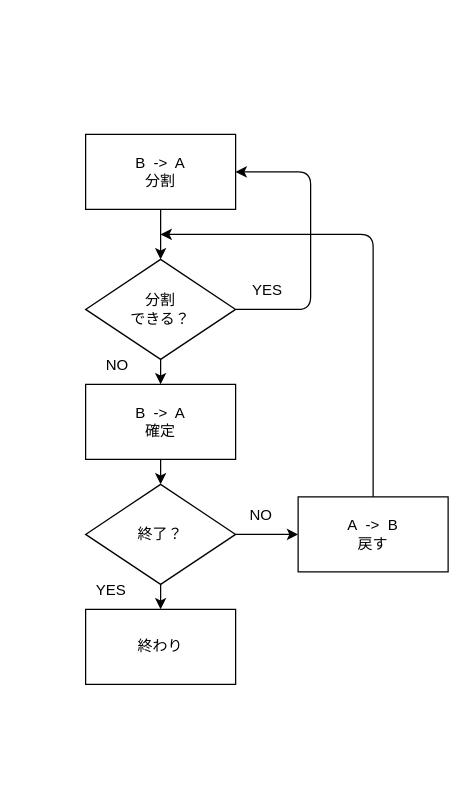
The draw.io diagram page "フローチャート" (1 of 9) of images/qsort/qsort.dio in welove-t/42Tokyo-push_swap, before the edit. Source tidied: cells renumbered, new cells numbered last; positions are measured from the earlier drawing's top-left corner, leaving out a move shared by most shapes. Both pictures are drawn from the tidied source at 125%, with x=0, y=0 at pixel (79, 134).
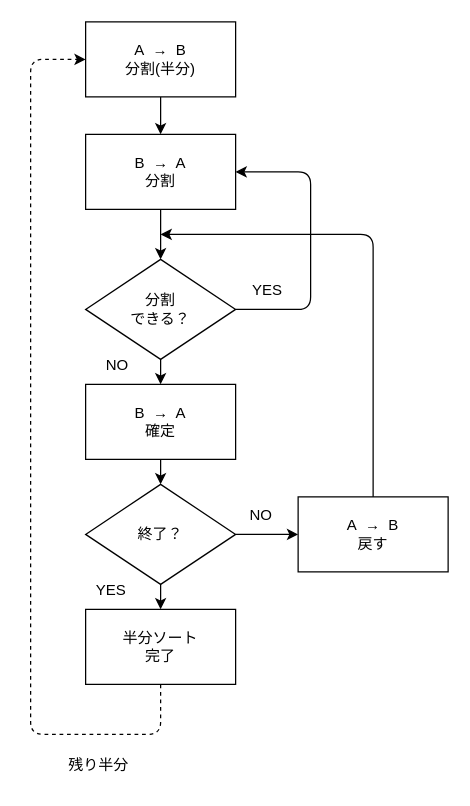
After the change.

What changed in the source:
```diff
@@
-    <mxCell id="3" value="B&amp;nbsp; -&amp;gt;&amp;nbsp; A&lt;br&gt;分割" style="rounded=0;whiteSpace=wrap;html=1;" parent="1" vertex="1">
+    <mxCell id="3" value="B&amp;nbsp; →&amp;nbsp; A&lt;br&gt;分割" style="rounded=0;whiteSpace=wrap;html=1;" parent="1" vertex="1">
       <mxGeometry x="5" width="120" height="60" as="geometry" />
     </mxCell>
@@
-    <mxCell id="5" value="B&amp;nbsp; -&amp;gt;&amp;nbsp; A&lt;br&gt;確定" style="rounded=0;whiteSpace=wrap;html=1;" parent="1" vertex="1">
+    <mxCell id="5" value="B&amp;nbsp; →&amp;nbsp; A&lt;br&gt;確定" style="rounded=0;whiteSpace=wrap;html=1;" parent="1" vertex="1">
       <mxGeometry x="5" y="200" width="120" height="60" as="geometry" />
     </mxCell>
@@
-    <mxCell id="7" value="A&amp;nbsp; -&amp;gt;&amp;nbsp; B&lt;br&gt;戻す" style="rounded=0;whiteSpace=wrap;html=1;" parent="1" vertex="1">
+    <mxCell id="7" value="A&amp;nbsp; →&amp;nbsp; B&lt;br&gt;戻す" style="rounded=0;whiteSpace=wrap;html=1;" parent="1" vertex="1">
       <mxGeometry x="175" y="290" width="120" height="60" as="geometry" />
     </mxCell>
@@
-    <mxCell id="14" value="終わり" style="rounded=0;whiteSpace=wrap;html=1;" parent="1" vertex="1">
+    <mxCell id="14" value="半分ソート&lt;br&gt;完了" style="rounded=0;whiteSpace=wrap;html=1;" parent="1" vertex="1">
       <mxGeometry x="5" y="380" width="120" height="60" as="geometry" />
     </mxCell>
@@
+    <mxCell id="19" style="edgeStyle=none;html=1;" parent="1" edge="1" source="20" target="3">
+      <mxGeometry relative="1" as="geometry" />
+    </mxCell>
+    <mxCell id="20" value="A&amp;nbsp; →&amp;nbsp; B&lt;br&gt;分割(半分)" style="rounded=0;whiteSpace=wrap;html=1;" parent="1" vertex="1">
+      <mxGeometry x="5" y="-90" width="120" height="60" as="geometry" />
+    </mxCell>
+    <mxCell id="21" style="edgeStyle=orthogonalEdgeStyle;html=1;exitX=0.5;exitY=1;exitDx=0;exitDy=0;entryX=0;entryY=0.5;entryDx=0;entryDy=0;dashed=1;" parent="1" edge="1" source="14" target="20">
+      <mxGeometry relative="1" as="geometry">
+        <Array as="points">
+          <mxPoint x="65" y="480" />
+          <mxPoint x="-39" y="480" />
+          <mxPoint x="-39" y="-60" />
+        </Array>
+      </mxGeometry>
+    </mxCell>
+    <mxCell id="22" value="残り半分" style="text;html=1;align=center;verticalAlign=middle;strokeColor=none;fillColor=none;" parent="1" vertex="1">
+      <mxGeometry x="-20" y="490" width="70" height="30" as="geometry" />
+    </mxCell>
```
